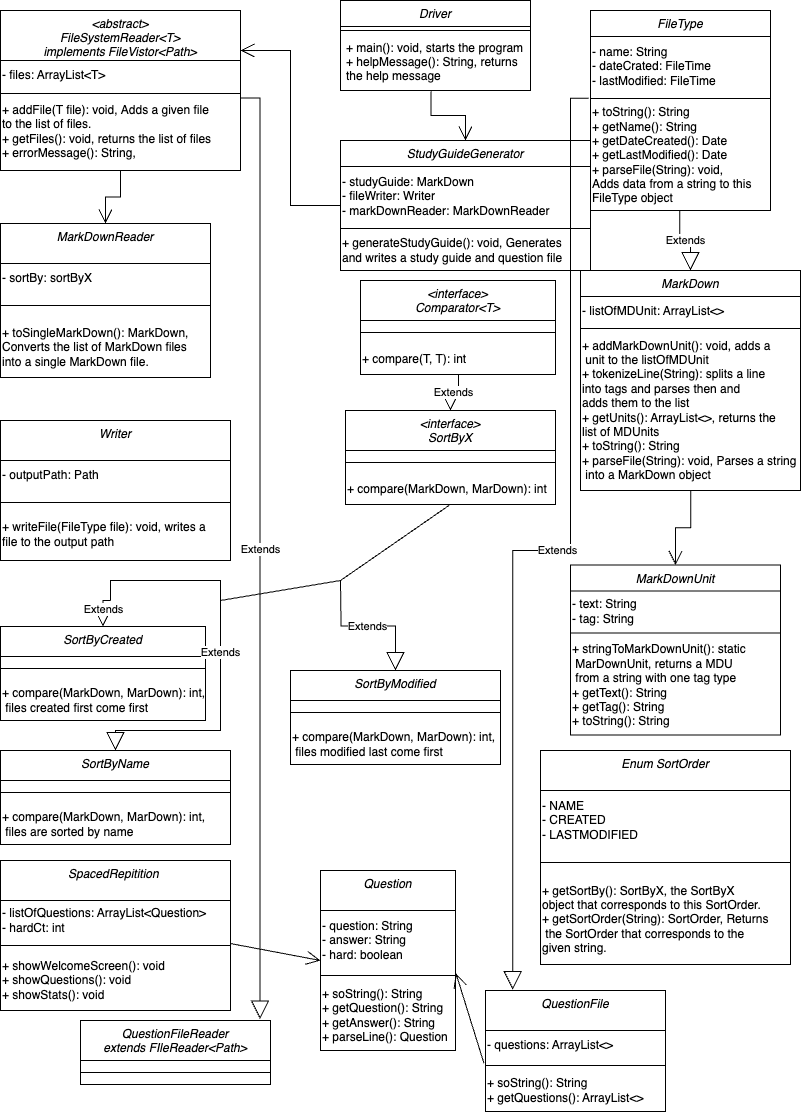
Earlier version of the draw.io export pa02-class_diagram.drawio.png (CS-3500-OOD/pa02-marbleville). Source tidied: cells renumbered, new cells last; positions are measured from the earlier drawing's top-left corner, leaving out a move shared by most shapes.
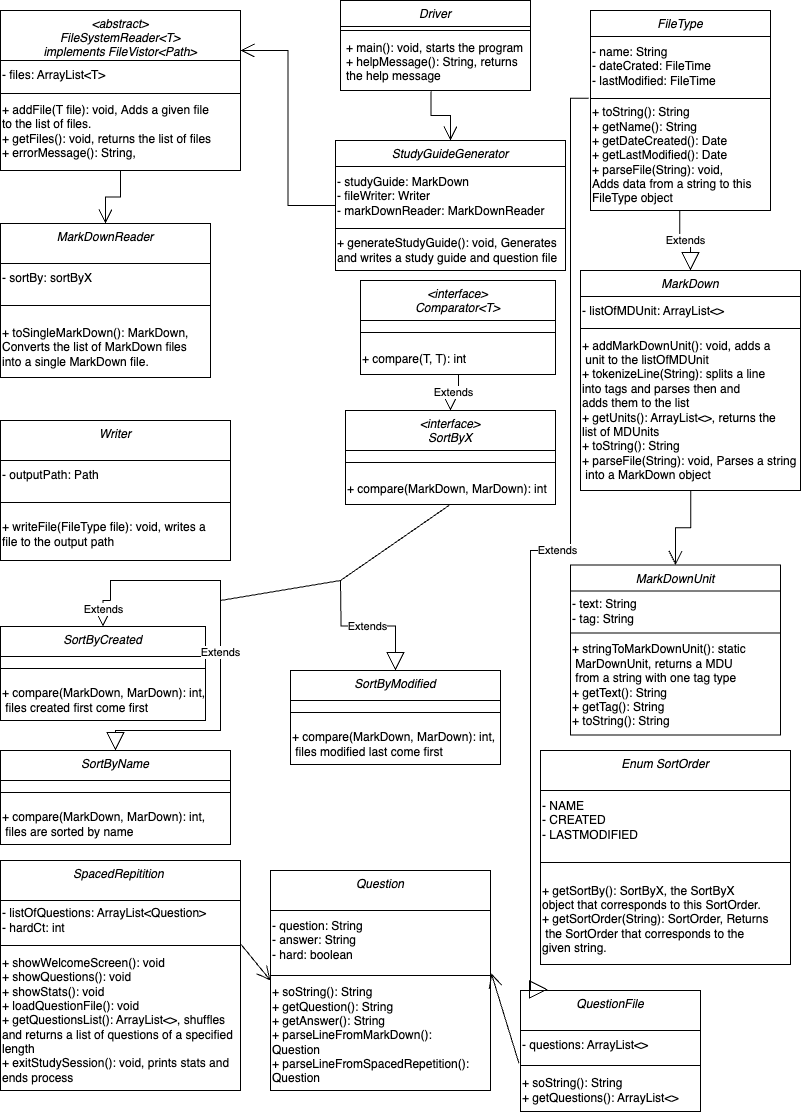
The same file after the commit.

Change to the diagram source:
```diff
@@ -36,16 +36,16 @@
       <mxGeometry y="86" width="240" height="70" as="geometry" />
     </mxCell>
     <mxCell id="13" value="StudyGuideGenerator" style="swimlane;fontStyle=2;align=center;verticalAlign=top;horizontal=1;startSize=26;rounded=0;shadow=0;strokeWidth=1;" parent="1" vertex="1">
-      <mxGeometry x="340" y="140" width="250" height="130" as="geometry" />
+      <mxGeometry x="335" y="140" width="230" height="130" as="geometry" />
     </mxCell>
     <mxCell id="14" value="- studyGuide: MarkDown&lt;br&gt;- fileWriter: Writer&lt;br&gt;- markDownReader: MarkDownReader" style="text;html=1;align=left;verticalAlign=middle;strokeColor=none;fillColor=none;" parent="13" vertex="1">
-      <mxGeometry y="26" width="250" height="60" as="geometry" />
+      <mxGeometry y="26" width="230" height="60" as="geometry" />
     </mxCell>
     <mxCell id="15" style="line;html=1;strokeWidth=1;align=left;verticalAlign=middle;spacingTop=-1;spacingLeft=3;spacingRight=3;labelPosition=right;" parent="13" vertex="1">
-      <mxGeometry y="86" width="250" height="4" as="geometry" />
+      <mxGeometry y="86" width="230" height="4" as="geometry" />
     </mxCell>
     <mxCell id="16" value="+ generateStudyGuide(): void, Generates&amp;nbsp;&lt;br&gt;and writes a study guide and question file&amp;nbsp;&amp;nbsp;" style="text;html=1;align=left;verticalAlign=middle;strokeColor=none;fillColor=none;" parent="13" vertex="1">
-      <mxGeometry y="90" width="250" height="40" as="geometry" />
+      <mxGeometry y="90" width="230" height="40" as="geometry" />
     </mxCell>
     <mxCell id="17" style="endArrow=open;endFill=1;endSize=12;html=1;rounded=0;edgeStyle=orthogonalEdgeStyle;exitX=0.5;exitY=1;exitDx=0;exitDy=0;entryX=0.5;entryY=0;entryDx=0;entryDy=0;" parent="1" edge="1" source="9" target="5">
       <mxGeometry relative="1" as="geometry" />
@@ -206,34 +206,34 @@
       </mxGeometry>
     </mxCell>
     <mxCell id="63" value="SpacedRepitition " style="swimlane;fontStyle=2;align=center;verticalAlign=top;horizontal=1;startSize=40;rounded=0;shadow=0;strokeWidth=1;" parent="1" vertex="1">
-      <mxGeometry y="860" width="230" height="150" as="geometry" />
+      <mxGeometry y="860" width="240" height="230" as="geometry" />
     </mxCell>
     <mxCell id="64" value="- listOfQuestions: ArrayList&amp;lt;Question&amp;gt;&lt;br&gt;- hardCt: int" style="text;html=1;align=left;verticalAlign=middle;strokeColor=none;fillColor=none;" parent="63" vertex="1">
-      <mxGeometry y="40" width="230" height="40" as="geometry" />
+      <mxGeometry y="40" width="240" height="40" as="geometry" />
     </mxCell>
     <mxCell id="65" style="line;html=1;strokeWidth=1;align=left;verticalAlign=middle;spacingTop=-1;spacingLeft=3;spacingRight=3;labelPosition=right;points=[];portConstraint=eastwest;" parent="63" vertex="1">
-      <mxGeometry y="80" width="230" height="10" as="geometry" />
+      <mxGeometry y="80" width="240" height="10" as="geometry" />
     </mxCell>
-    <mxCell id="66" value="+ showWelcomeScreen(): void&lt;br&gt;+ showQuestions(): void&lt;br&gt;+ showStats(): void" style="text;html=1;align=left;verticalAlign=middle;strokeColor=none;fillColor=none;" parent="63" vertex="1">
-      <mxGeometry y="90" width="230" height="60" as="geometry" />
+    <mxCell id="66" value="+ showWelcomeScreen(): void&lt;br&gt;+ showQuestions(): void&lt;br&gt;+ showStats(): void&lt;br&gt;+ loadQuestionFile(): void&lt;br&gt;+ getQuestionsList(): ArrayList&amp;lt;&amp;gt;, shuffles&lt;br&gt;and returns a list of questions of a specified&amp;nbsp;&lt;br&gt;length&amp;nbsp;&lt;br&gt;+ exitStudySession(): void, prints stats and &lt;br&gt;ends process&amp;nbsp;" style="text;html=1;align=left;verticalAlign=middle;strokeColor=none;fillColor=none;" parent="63" vertex="1">
+      <mxGeometry y="90" width="240" height="140" as="geometry" />
     </mxCell>
     <mxCell id="67" value="Question" style="swimlane;fontStyle=2;align=center;verticalAlign=top;horizontal=1;startSize=40;rounded=0;shadow=0;strokeWidth=1;" parent="1" vertex="1">
-      <mxGeometry x="320" y="870" width="135" height="180" as="geometry" />
+      <mxGeometry x="270" y="870" width="220" height="220" as="geometry" />
     </mxCell>
     <mxCell id="68" value="- question: String&amp;nbsp;&lt;br&gt;- answer: String&lt;br&gt;- hard: boolean&amp;nbsp;" style="text;html=1;align=left;verticalAlign=middle;points=[];strokeColor=none;fillColor=none;" parent="67" vertex="1">
-      <mxGeometry y="40" width="135" height="60" as="geometry" />
+      <mxGeometry y="40" width="220" height="60" as="geometry" />
     </mxCell>
     <mxCell id="69" style="line;html=1;strokeWidth=1;align=left;verticalAlign=middle;spacingTop=-1;spacingLeft=3;spacingRight=3;labelPosition=right;" parent="67" vertex="1">
-      <mxGeometry y="100" width="135" height="10" as="geometry" />
+      <mxGeometry y="100" width="220" height="10" as="geometry" />
     </mxCell>
-    <mxCell id="70" value="+ soString(): String&amp;nbsp;&lt;br&gt;+ getQuestion(): String&lt;br&gt;+ getAnswer(): String&amp;nbsp;&lt;br&gt;+ parseLine(): Question" style="text;html=1;align=left;verticalAlign=middle;strokeColor=none;fillColor=none;" parent="67" vertex="1">
-      <mxGeometry y="110" width="135" height="70" as="geometry" />
+    <mxCell id="70" value="+ soString(): String&amp;nbsp;&lt;br&gt;+ getQuestion(): String&lt;br&gt;+ getAnswer(): String&amp;nbsp;&lt;br&gt;+ parseLineFromMarkDown(): &lt;br&gt;Question&lt;br&gt;+ parseLineFromSpacedRepetition():&amp;nbsp;&lt;br&gt;Question" style="text;html=1;align=left;verticalAlign=middle;strokeColor=none;fillColor=none;" parent="67" vertex="1">
+      <mxGeometry y="110" width="220" height="110" as="geometry" />
     </mxCell>
     <mxCell id="71" style="endArrow=open;endFill=1;endSize=12;html=1;rounded=0;exitX=0.999;exitY=0.3;exitDx=0;exitDy=0;exitPerimeter=0;entryX=0;entryY=0.5;entryDx=0;entryDy=0;" parent="1" edge="1" source="65" target="67">
       <mxGeometry relative="1" as="geometry" />
     </mxCell>
     <mxCell id="72" value="QuestionFile" style="swimlane;fontStyle=2;align=center;verticalAlign=top;horizontal=1;startSize=40;rounded=0;shadow=0;strokeWidth=1;" parent="1" vertex="1">
-      <mxGeometry x="485" y="990" width="180" height="121" as="geometry" />
+      <mxGeometry x="520" y="990" width="180" height="121" as="geometry" />
     </mxCell>
     <mxCell id="73" value="- questions: ArrayList&amp;lt;&amp;gt;" style="text;html=1;align=left;verticalAlign=middle;points=[];strokeColor=none;fillColor=none;" parent="72" vertex="1">
       <mxGeometry y="40" width="180" height="30" as="geometry" />
@@ -252,18 +252,10 @@
         <Array as="points">
           <mxPoint x="570" y="98" />
           <mxPoint x="570" y="550" />
-          <mxPoint x="512" y="550" />
+          <mxPoint x="530" y="550" />
+          <mxPoint x="530" y="989" />
         </Array>
       </mxGeometry>
     </mxCell>
-    <mxCell id="78" value="QuestionFileReader&#10;extends FIleReader&lt;Path&gt;" style="swimlane;fontStyle=2;align=center;verticalAlign=top;horizontal=1;startSize=40;rounded=0;shadow=0;strokeWidth=1;" parent="1" vertex="1">
-      <mxGeometry x="80" y="1020" width="190" height="64" as="geometry" />
-    </mxCell>
-    <mxCell id="79" style="line;html=1;strokeWidth=1;align=left;verticalAlign=middle;spacingTop=-1;spacingLeft=3;spacingRight=3;labelPosition=right;" parent="78" vertex="1">
-      <mxGeometry y="40" width="190" height="24" as="geometry" />
-    </mxCell>
-    <mxCell id="80" value="Extends" style="endArrow=block;endSize=16;endFill=0;html=1;rounded=0;edgeStyle=orthogonalEdgeStyle;exitX=0.998;exitY=0.02;exitDx=0;exitDy=0;exitPerimeter=0;entryX=0.945;entryY=-0.021;entryDx=0;entryDy=0;entryPerimeter=0;" parent="1" edge="1" source="12" target="78">
-      <mxGeometry relative="1" as="geometry" />
-    </mxCell>
   </root>
 </mxGraphModel>
```
